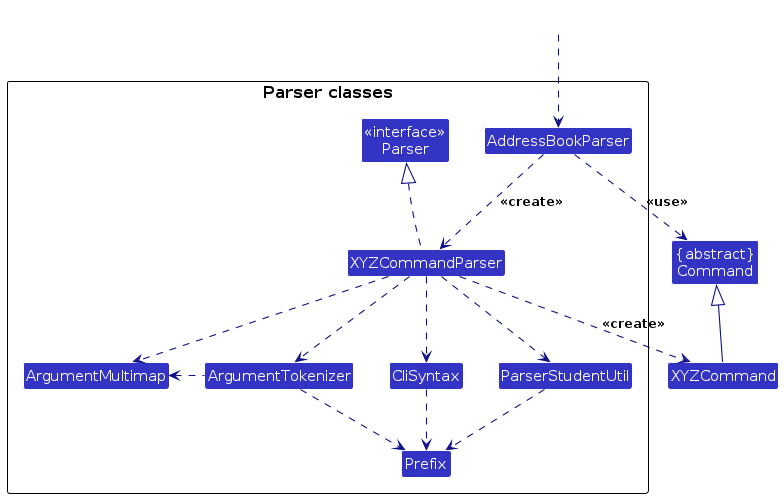
This is diagrams/ParserClasses.png from AY2425S2-CS2103T-T11-2/tp, a PlantUML export, as it was before one commit. Its source is kept beside it as diagrams/ParserClasses.puml. Its diagram source:
```plantuml
@startuml
!include style.puml
skinparam arrowThickness 1.1
skinparam arrowColor LOGIC_COLOR_T4
skinparam classBackgroundColor LOGIC_COLOR

Class "{abstract}\nCommand" as Command
Class XYZCommand

package "Parser classes"{
Class "<<interface>>\nParser" as Parser
Class AddressBookParser
Class XYZCommandParser
Class CliSyntax
Class ParserStudentUtil
Class ArgumentMultimap
Class ArgumentTokenizer
Class Prefix
}

Class HiddenOutside #FFFFFF
HiddenOutside ..> AddressBookParser

AddressBookParser .down.> XYZCommandParser: <<create>>

XYZCommandParser ..> XYZCommand : <<create>>
AddressBookParser ..> Command : <<use>>
XYZCommandParser .up.|> Parser
XYZCommandParser ..> ArgumentMultimap
XYZCommandParser ..> ArgumentTokenizer
ArgumentTokenizer .left.> ArgumentMultimap
XYZCommandParser ..> CliSyntax
CliSyntax ..> Prefix
XYZCommandParser ..> ParserStudentUtil
ParserStudentUtil .down.> Prefix
ArgumentTokenizer .down.> Prefix
XYZCommand -up-|> Command
@enduml
```
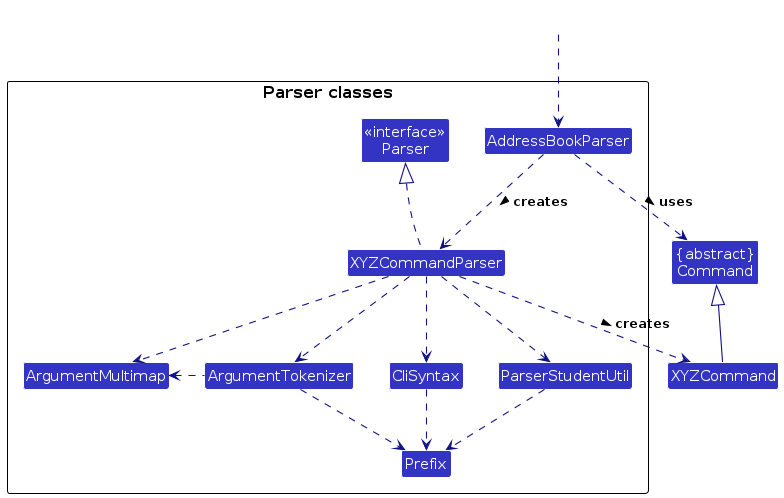
Later version of the same file.

The edit, as a diff of the source:
```diff
@@ -21,10 +21,10 @@
 Class HiddenOutside #FFFFFF
 HiddenOutside ..> AddressBookParser
 
-AddressBookParser .down.> XYZCommandParser: <<create>>
+AddressBookParser .down.> XYZCommandParser: creates >
 
-XYZCommandParser ..> XYZCommand : <<create>>
-AddressBookParser ..> Command : <<use>>
+XYZCommandParser ..> XYZCommand : creates >
+AddressBookParser ..> Command : uses >
 XYZCommandParser .up.|> Parser
 XYZCommandParser ..> ArgumentMultimap
 XYZCommandParser ..> ArgumentTokenizer
```
